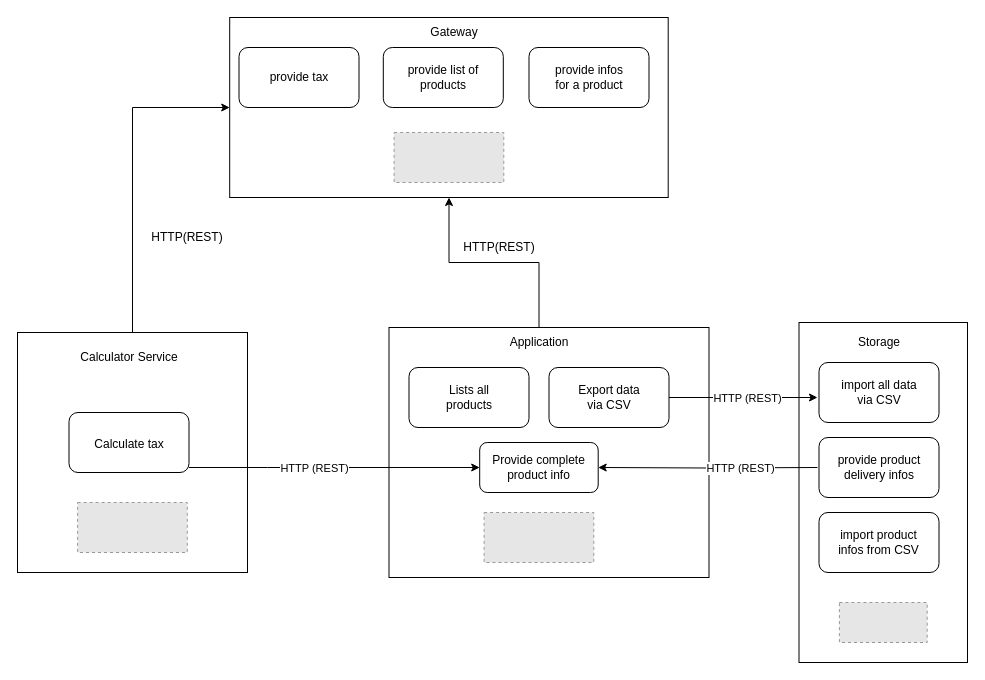
Earlier version of the draw.io diagram calcdiag.drawio (LN-Django/boilerplate). Source tidied: cells renumbered, new cells numbered last; positions are measured from the earlier drawing's top-left corner, leaving out a move shared by most shapes. Both pictures are drawn from the tidied source at 100%, with x=0, y=0 at pixel (17, 17). Pictures stored in the file or linked from it are replaced by grey dashed boxes.
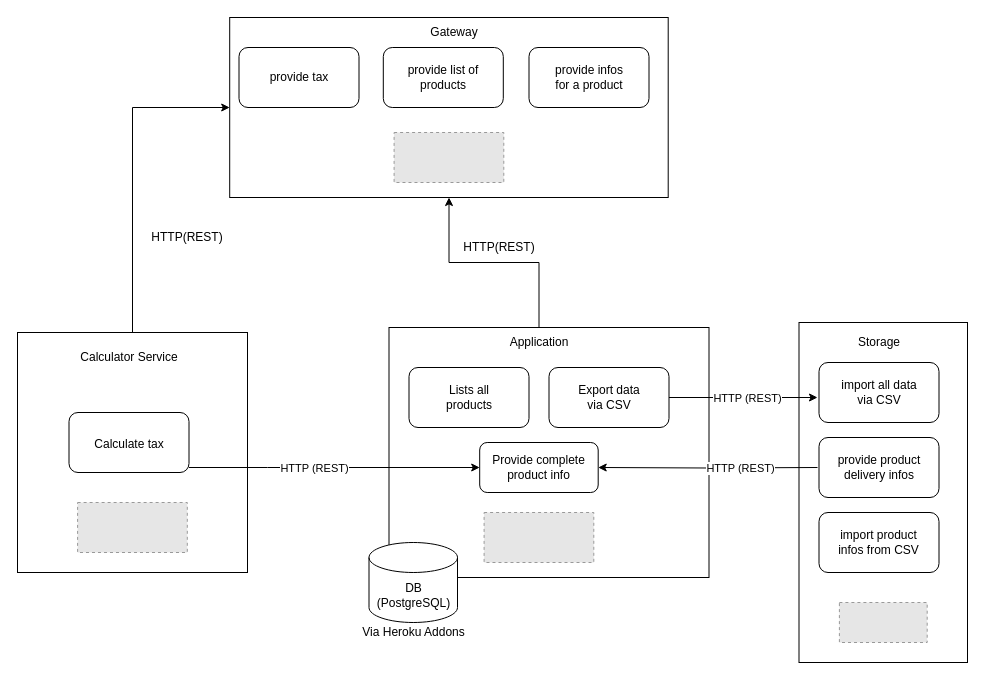
Above is the later version.

Diff of the diagram source:
```diff
@@
+    <mxCell id="43" value="DB (PostgreSQL)" style="shape=cylinder3;whiteSpace=wrap;html=1;boundedLbl=1;backgroundOutline=1;size=15;" parent="1" vertex="1">
+      <mxGeometry x="351.5" y="525" width="88.5" height="80" as="geometry" />
+    </mxCell>
+    <mxCell id="44" value="Via Heroku Addons" style="text;html=1;align=center;verticalAlign=middle;strokeColor=none;fillColor=none;" parent="1" vertex="1">
+      <mxGeometry x="335.8" y="605" width="120" height="20" as="geometry" />
+    </mxCell>
```
